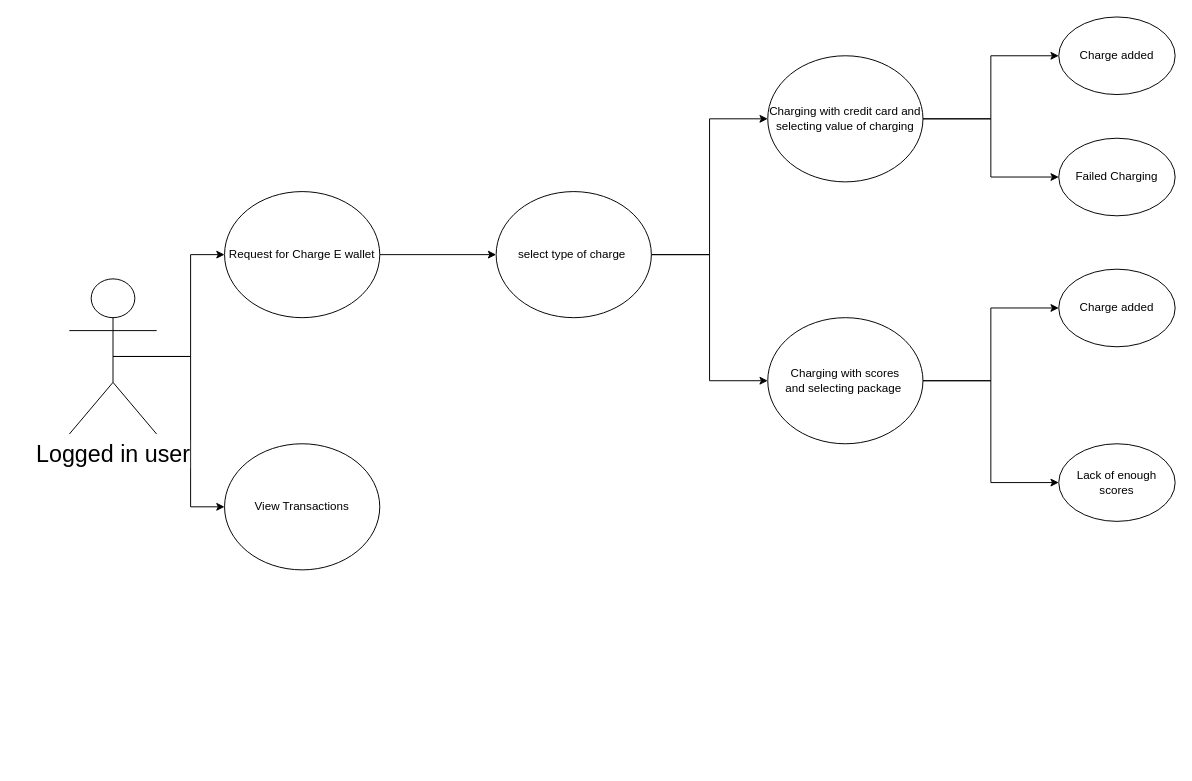
The draw.io diagram Use-case/Ewallet.drawio in kargaranamir/Travelink, before the edit. Source tidied: cells renumbered, new cells numbered last; positions are measured from the earlier drawing's top-left corner, leaving out a move shared by most shapes. Both pictures are drawn from the tidied source at 97%, with x=0, y=0 at pixel (69, 16).
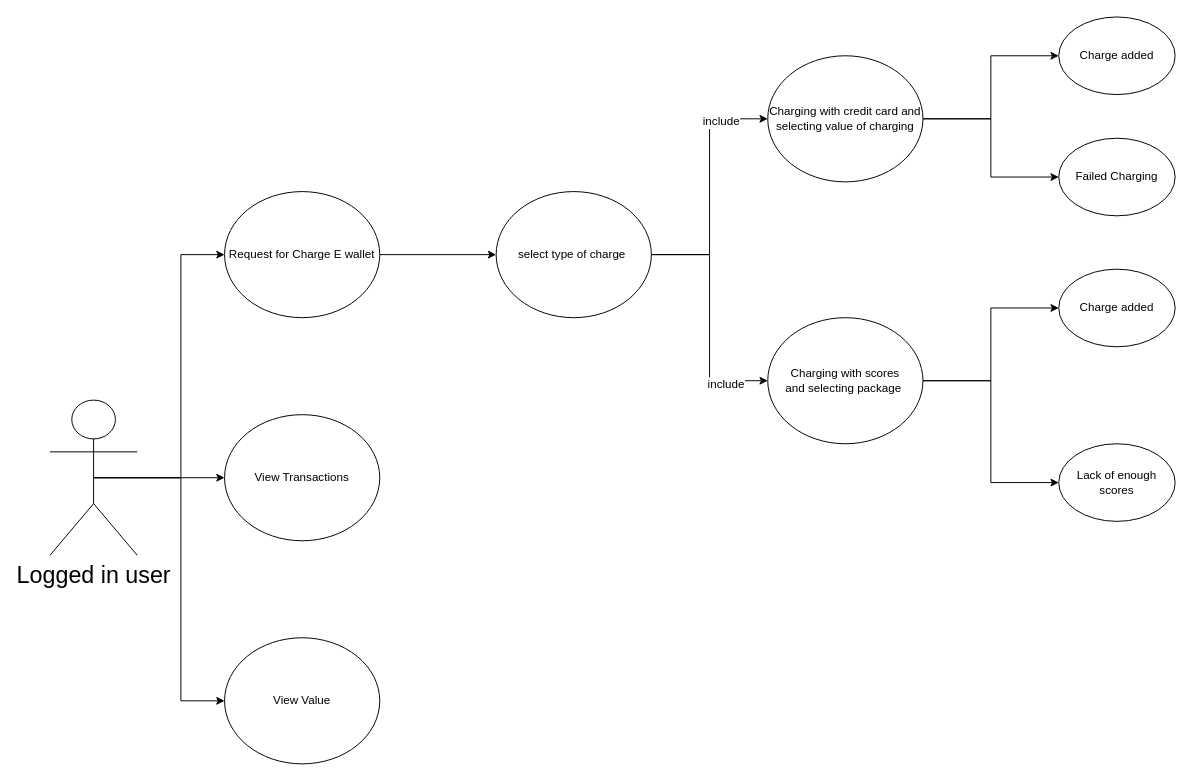
The same diagram, later.

Unchanged cells that the change refers to:
```xml
<mxCell id="7" style="edgeStyle=orthogonalEdgeStyle;rounded=0;jettySize=auto;html=1;exitX=1;exitY=0.5;exitDx=0;exitDy=0;entryX=0;entryY=0.5;entryDx=0;entryDy=0;" parent="1" edge="1" source="9" target="12">
  <mxGeometry relative="1" as="geometry" />
</mxCell>
<mxCell id="8" style="edgeStyle=orthogonalEdgeStyle;rounded=0;jettySize=auto;html=1;exitX=1;exitY=0.5;exitDx=0;exitDy=0;entryX=0;entryY=0.5;entryDx=0;entryDy=0;" parent="1" edge="1" source="9" target="15">
  <mxGeometry relative="1" as="geometry" />
</mxCell>
```

The edit, as a diff of the source:
```diff
@@
+    <mxCell id="21" style="edgeStyle=orthogonalEdgeStyle;rounded=0;jettySize=auto;html=1;exitX=0.5;exitY=0.5;exitDx=0;exitDy=0;exitPerimeter=0;entryX=0;entryY=0.5;entryDx=0;entryDy=0;" parent="1" edge="1" source="4" target="24">
+      <mxGeometry relative="1" as="geometry" />
+    </mxCell>
     <mxCell id="4" value="Logged in user&lt;br style=&quot;font-size: 24px&quot;&gt;" style="shape=umlActor;verticalLabelPosition=bottom;labelBackgroundColor=#ffffff;verticalAlign=top;html=1;outlineConnect=0;fontSize=24;" parent="1" vertex="1">
-      <mxGeometry y="270" width="90" height="160" as="geometry" />
+      <mxGeometry x="-20" y="395" width="90" height="160" as="geometry" />
     </mxCell>
@@
+    <mxCell id="22" value="include" style="text;html=1;align=center;verticalAlign=middle;labelBackgroundColor=#ffffff;" parent="7" vertex="1">
+      <mxGeometry x="0.62" y="-2" relative="1" as="geometry" />
+    </mxCell>
@@
+    <mxCell id="23" value="include" style="text;html=1;align=center;verticalAlign=middle;labelBackgroundColor=#ffffff;" parent="8" vertex="1">
+      <mxGeometry x="0.65" y="-3" relative="1" as="geometry" />
+    </mxCell>
@@
     <mxCell id="16" value="View Transactions" style="ellipse;whiteSpace=wrap;html=1;" parent="1" vertex="1">
-      <mxGeometry x="160" y="440" width="160" height="130" as="geometry" />
+      <mxGeometry x="160" y="410" width="160" height="130" as="geometry" />
     </mxCell>
@@
+    <mxCell id="24" value="View Value" style="ellipse;whiteSpace=wrap;html=1;" parent="1" vertex="1">
+      <mxGeometry x="160" y="640" width="160" height="130" as="geometry" />
+    </mxCell>
```
